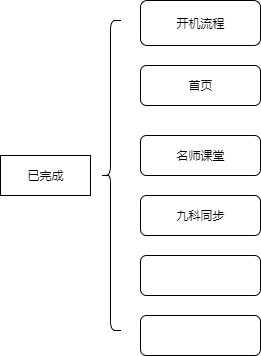
The draw.io diagram bin/Untitled Diagram.png in majin169/afinal, before a commit. Source tidied: cells renumbered, new cells last; positions are measured from the earlier drawing's top-left corner, leaving out a move shared by most shapes. The source it was exported from:
```xml
<mxGraphModel>
  <root>
    <mxCell id="0" />
    <mxCell id="1" parent="0" />
    <mxCell id="2" value="开机流程" style="rounded=1;whiteSpace=wrap;html=1;" parent="1" vertex="1">
      <mxGeometry x="140" width="120" height="45" as="geometry" />
    </mxCell>
    <mxCell id="3" value="已完成" style="rounded=0;whiteSpace=wrap;html=1;" parent="1" vertex="1">
      <mxGeometry y="155" width="90" height="40" as="geometry" />
    </mxCell>
    <mxCell id="4" style="shape=curlyBracket;whiteSpace=wrap;html=1;rounded=1;" parent="1" vertex="1">
      <mxGeometry x="100" y="20" width="20" height="310" as="geometry" />
    </mxCell>
    <mxCell id="5" value="首页" style="rounded=1;whiteSpace=wrap;html=1;" parent="1" vertex="1">
      <mxGeometry x="140" y="65" width="120" height="40" as="geometry" />
    </mxCell>
    <mxCell id="6" value="名师课堂" style="rounded=1;whiteSpace=wrap;html=1;" parent="1" vertex="1">
      <mxGeometry x="140" y="135" width="120" height="40" as="geometry" />
    </mxCell>
    <mxCell id="7" value="九科同步" style="rounded=1;whiteSpace=wrap;html=1;" parent="1" vertex="1">
      <mxGeometry x="140" y="195" width="120" height="40" as="geometry" />
    </mxCell>
    <mxCell id="8" style="rounded=1;whiteSpace=wrap;html=1;" parent="1" vertex="1">
      <mxGeometry x="140" y="255" width="120" height="40" as="geometry" />
    </mxCell>
    <mxCell id="9" style="rounded=1;whiteSpace=wrap;html=1;" parent="1" vertex="1">
      <mxGeometry x="140" y="315" width="120" height="40" as="geometry" />
    </mxCell>
  </root>
</mxGraphModel>
```
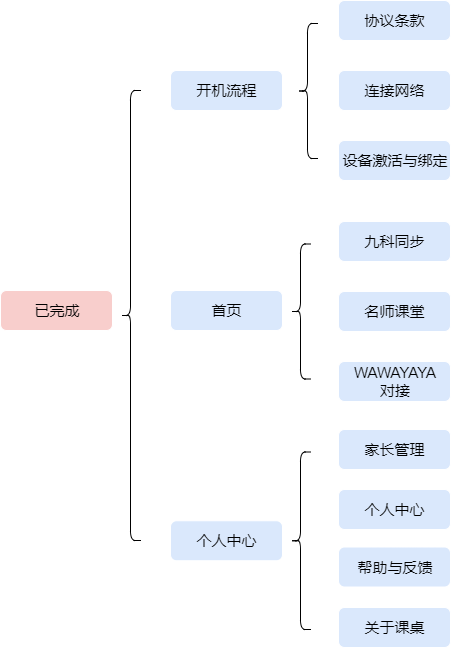
Later version of the same file.

The edit, as a diff of the source:
```diff
@@ -2,29 +2,65 @@
   <root>
     <mxCell id="0" />
     <mxCell id="1" parent="0" />
+    <mxCell id="4" style="shape=curlyBracket;whiteSpace=wrap;html=1;rounded=1;" parent="1" vertex="1">
+      <mxGeometry x="206" y="177" width="20" height="450" as="geometry" />
+    </mxCell>
+    <mxCell id="10" value="&lt;font style=&quot;font-size: 15px&quot;&gt;协议条款&lt;/font&gt;" style="rounded=1;whiteSpace=wrap;html=1;fillColor=#dae8fc;strokeColor=#FFFFFF;" parent="1" vertex="1">
+      <mxGeometry x="424" y="87" width="112" height="40" as="geometry" />
+    </mxCell>
+    <mxCell id="11" style="shape=curlyBracket;whiteSpace=wrap;html=1;rounded=1;" parent="1" vertex="1">
+      <mxGeometry x="383" y="110" width="20" height="135" as="geometry" />
+    </mxCell>
+    <mxCell id="12" style="edgeStyle=none;rounded=0;orthogonalLoop=1;jettySize=auto;html=1;exitX=0.5;exitY=0;exitDx=0;exitDy=0;" parent="1" edge="1">
+      <mxGeometry relative="1" as="geometry">
+        <mxPoint x="310" y="534" as="sourcePoint" />
+        <mxPoint x="310" y="534" as="targetPoint" />
+      </mxGeometry>
+    </mxCell>
+    <mxCell id="13" value="&lt;font style=&quot;font-size: 15px&quot;&gt;连接网络&lt;/font&gt;" style="rounded=1;whiteSpace=wrap;html=1;fillColor=#dae8fc;strokeColor=#FFFFFF;" parent="1" vertex="1">
+      <mxGeometry x="424" y="157" width="112" height="40" as="geometry" />
+    </mxCell>
+    <mxCell id="14" value="&lt;font style=&quot;font-size: 15px&quot;&gt;设备激活与绑定&lt;/font&gt;" style="rounded=1;whiteSpace=wrap;html=1;fillColor=#dae8fc;strokeColor=#FFFFFF;" parent="1" vertex="1">
+      <mxGeometry x="424" y="227" width="112" height="40" as="geometry" />
+    </mxCell>
-    <mxCell id="2" value="开机流程" style="rounded=1;whiteSpace=wrap;html=1;" parent="1" vertex="1">
-      <mxGeometry x="140" width="120" height="45" as="geometry" />
+    <mxCell id="2" value="&lt;font style=&quot;font-size: 15px&quot;&gt;开机流程&lt;/font&gt;" style="rounded=1;whiteSpace=wrap;html=1;fillColor=#dae8fc;strokeColor=#FFFFFF;" parent="1" vertex="1">
+      <mxGeometry x="256" y="157" width="112" height="40" as="geometry" />
     </mxCell>
+    <mxCell id="5" value="&lt;font style=&quot;font-size: 15px&quot;&gt;首页&lt;/font&gt;" style="rounded=1;whiteSpace=wrap;html=1;fillColor=#dae8fc;strokeColor=#FFFFFF;" parent="1" vertex="1">
+      <mxGeometry x="256" y="377" width="112" height="40" as="geometry" />
+    </mxCell>
+    <mxCell id="15" value="&lt;span style=&quot;font-size: 15px&quot;&gt;个人中心&lt;/span&gt;" style="rounded=1;whiteSpace=wrap;html=1;fillColor=#dae8fc;strokeColor=#FFFFFF;" parent="1" vertex="1">
+      <mxGeometry x="256" y="607.2" width="112" height="40" as="geometry" />
+    </mxCell>
-    <mxCell id="3" value="已完成" style="rounded=0;whiteSpace=wrap;html=1;" parent="1" vertex="1">
-      <mxGeometry y="155" width="90" height="40" as="geometry" />
+    <mxCell id="3" value="&lt;font style=&quot;font-size: 15px&quot;&gt;已完成&lt;/font&gt;" style="rounded=1;whiteSpace=wrap;html=1;fillColor=#f8cecc;strokeColor=#FFFFFF;" parent="1" vertex="1">
+      <mxGeometry x="86" y="377" width="112" height="40" as="geometry" />
     </mxCell>
-    <mxCell id="4" style="shape=curlyBracket;whiteSpace=wrap;html=1;rounded=1;" parent="1" vertex="1">
-      <mxGeometry x="100" y="20" width="20" height="310" as="geometry" />
-    </mxCell>
-    <mxCell id="5" value="首页" style="rounded=1;whiteSpace=wrap;html=1;" parent="1" vertex="1">
-      <mxGeometry x="140" y="65" width="120" height="40" as="geometry" />
-    </mxCell>
+    <mxCell id="16" style="shape=curlyBracket;whiteSpace=wrap;html=1;rounded=1;" parent="1" vertex="1">
+      <mxGeometry x="376" y="330.5" width="20" height="135" as="geometry" />
+    </mxCell>
+    <mxCell id="7" value="&lt;font style=&quot;font-size: 15px&quot;&gt;九科同步&lt;/font&gt;" style="rounded=1;whiteSpace=wrap;html=1;fillColor=#dae8fc;strokeColor=#FFFFFF;" parent="1" vertex="1">
+      <mxGeometry x="424" y="308" width="112" height="40" as="geometry" />
+    </mxCell>
-    <mxCell id="6" value="名师课堂" style="rounded=1;whiteSpace=wrap;html=1;" parent="1" vertex="1">
-      <mxGeometry x="140" y="135" width="120" height="40" as="geometry" />
+    <mxCell id="6" value="&lt;font style=&quot;font-size: 15px&quot;&gt;名师课堂&lt;/font&gt;" style="rounded=1;whiteSpace=wrap;html=1;fillColor=#dae8fc;strokeColor=#FFFFFF;" parent="1" vertex="1">
+      <mxGeometry x="424" y="378" width="112" height="40" as="geometry" />
     </mxCell>
-    <mxCell id="7" value="九科同步" style="rounded=1;whiteSpace=wrap;html=1;" parent="1" vertex="1">
-      <mxGeometry x="140" y="195" width="120" height="40" as="geometry" />
-    </mxCell>
-    <mxCell id="8" style="rounded=1;whiteSpace=wrap;html=1;" parent="1" vertex="1">
-      <mxGeometry x="140" y="255" width="120" height="40" as="geometry" />
-    </mxCell>
-    <mxCell id="9" style="rounded=1;whiteSpace=wrap;html=1;" parent="1" vertex="1">
-      <mxGeometry x="140" y="315" width="120" height="40" as="geometry" />
-    </mxCell>
+    <mxCell id="17" value="&lt;font style=&quot;font-size: 15px&quot;&gt;WAWAYAYA&lt;br&gt;对接&lt;/font&gt;" style="rounded=1;whiteSpace=wrap;html=1;fillColor=#dae8fc;strokeColor=#FFFFFF;" parent="1" vertex="1">
+      <mxGeometry x="424" y="448" width="112" height="40" as="geometry" />
+    </mxCell>
+    <mxCell id="18" style="shape=curlyBracket;whiteSpace=wrap;html=1;rounded=1;" parent="1" vertex="1">
+      <mxGeometry x="376" y="538.5" width="20" height="177.5" as="geometry" />
+    </mxCell>
+    <mxCell id="19" value="&lt;font style=&quot;font-size: 15px&quot;&gt;家长管理&lt;/font&gt;" style="rounded=1;whiteSpace=wrap;html=1;fillColor=#dae8fc;strokeColor=#FFFFFF;" parent="1" vertex="1">
+      <mxGeometry x="424" y="516" width="112" height="40" as="geometry" />
+    </mxCell>
+    <mxCell id="20" value="&lt;span style=&quot;font-size: 15px&quot;&gt;个人中心&lt;/span&gt;" style="rounded=1;whiteSpace=wrap;html=1;fillColor=#dae8fc;strokeColor=#FFFFFF;" parent="1" vertex="1">
+      <mxGeometry x="424" y="576" width="112" height="40" as="geometry" />
+    </mxCell>
+    <mxCell id="21" value="&lt;span style=&quot;font-size: 15px&quot;&gt;帮助与反馈&lt;/span&gt;" style="rounded=1;whiteSpace=wrap;html=1;fillColor=#dae8fc;strokeColor=#FFFFFF;" parent="1" vertex="1">
+      <mxGeometry x="424" y="633.5" width="112" height="40" as="geometry" />
+    </mxCell>
+    <mxCell id="22" value="&lt;span style=&quot;font-size: 15px&quot;&gt;关于课桌&lt;/span&gt;" style="rounded=1;whiteSpace=wrap;html=1;fillColor=#dae8fc;strokeColor=#FFFFFF;" parent="1" vertex="1">
+      <mxGeometry x="424" y="694" width="112" height="40" as="geometry" />
+    </mxCell>
   </root>
 </mxGraphModel>
```
